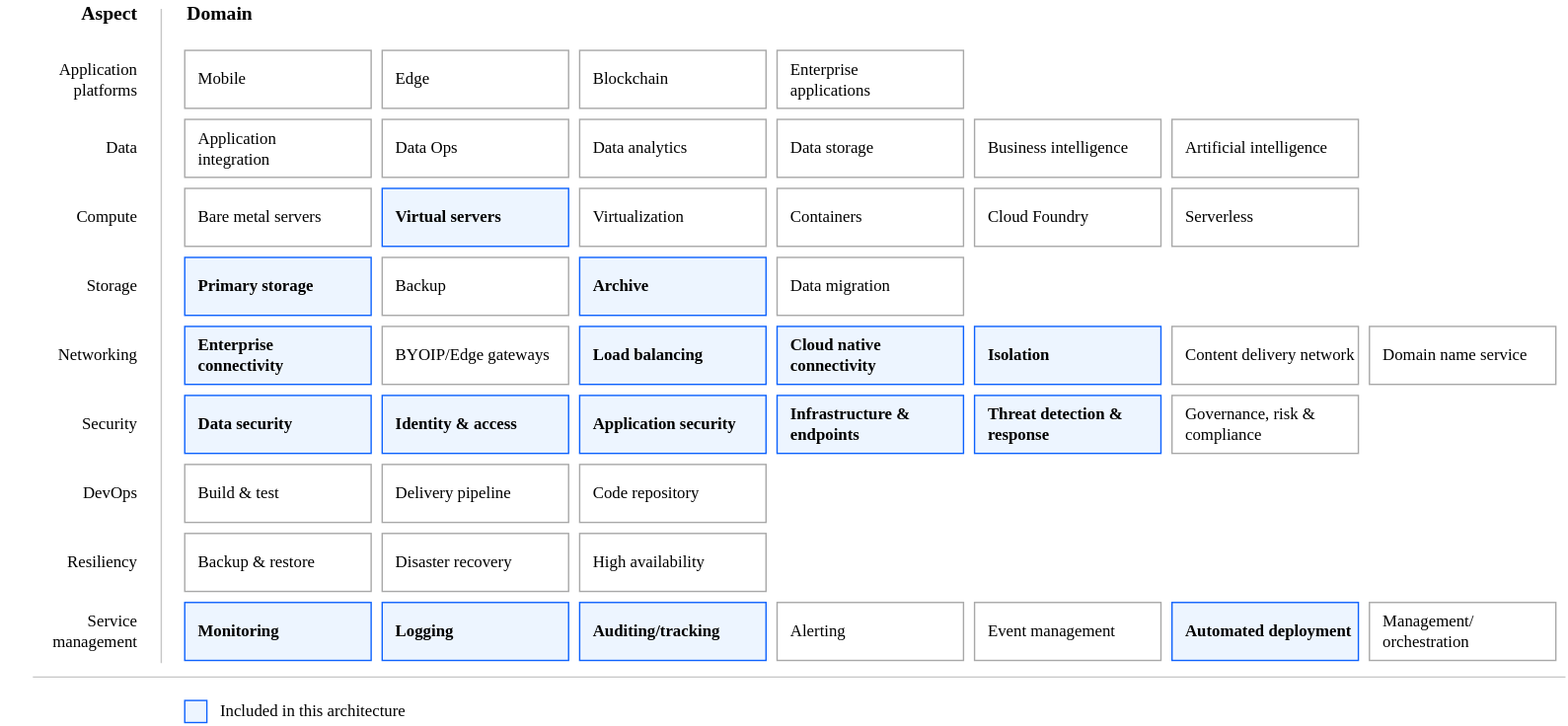
terraform-ibm-modules/terraform-ibm-powervs-workspace keeps this draw.io diagram as reference-architectures/standard/heat-map-deploy-arch-ibm-pvs-ws-standard.svg. Above is the earlier version. Source tidied: cells renumbered, new cells last; positions are measured from the earlier drawing's top-left corner, leaving out a move shared by most shapes.
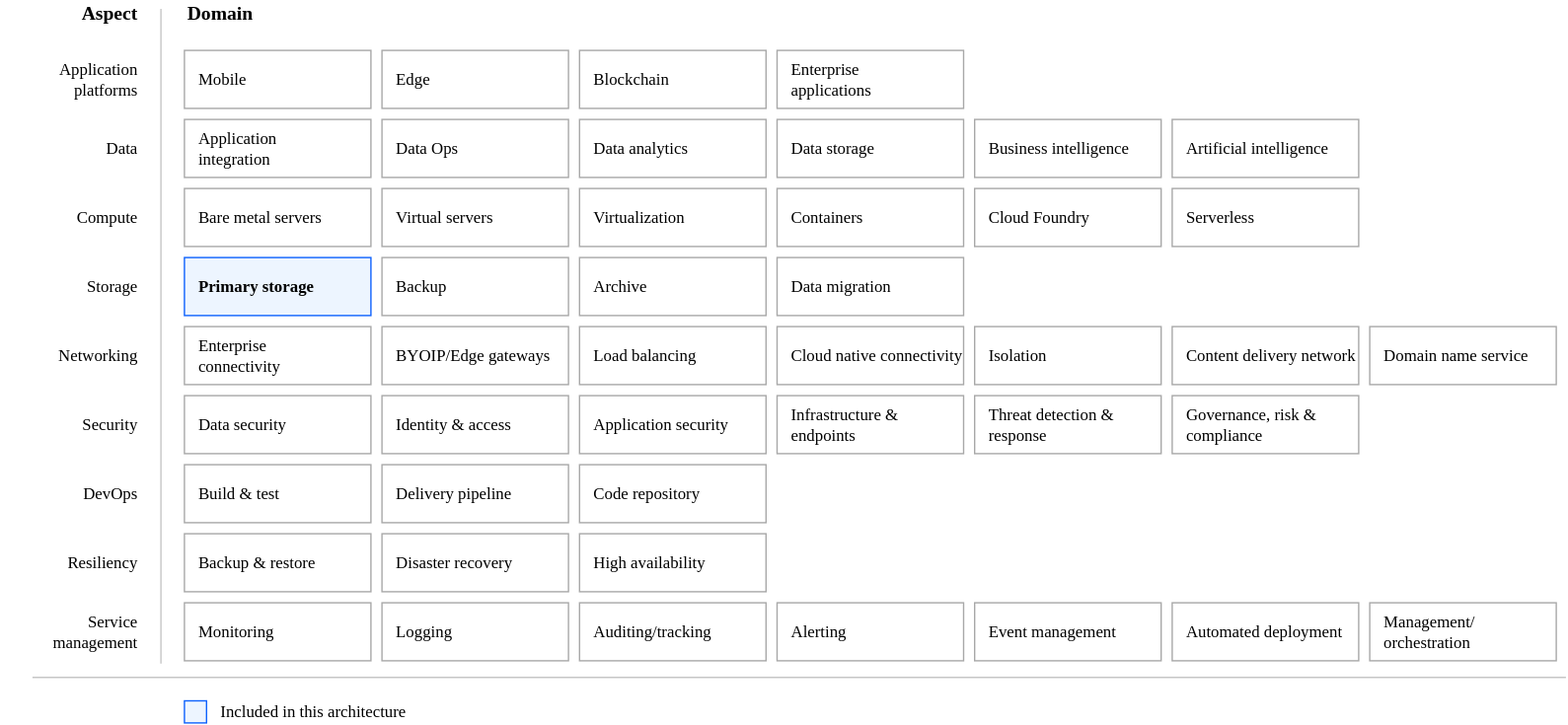
After the commit.

Commit message:
feat: updated heatmap , renamed the architecture diagram and updated the url in catalog.json BREAKING CHANGE: created a solution

Change to the diagram source:
```diff
@@ -14,19 +14,19 @@
     <mxCell id="5" value="Primary storage" style="rounded=0;whiteSpace=wrap;html=1;strokeColor=#0E62FD;align=left;spacingLeft=8;fontFamily=IBM Plex Sans;fillColor=#EDF5FF;fontStyle=1;" parent="1" vertex="1">
       <mxGeometry x="133" y="186" width="135" height="42" as="geometry" />
     </mxCell>
-    <mxCell id="6" value="Enterprise &lt;br&gt;connectivity" style="rounded=0;whiteSpace=wrap;html=1;strokeColor=#0E62FD;align=left;spacingLeft=8;fontFamily=IBM Plex Sans;fillColor=#EDF5FF;fontStyle=1;" parent="1" vertex="1">
+    <mxCell id="6" value="&lt;span style=&quot;font-weight: normal;&quot;&gt;Enterprise &lt;br&gt;connectivity&lt;/span&gt;" style="rounded=0;whiteSpace=wrap;html=1;strokeColor=#A8A8A8;align=left;spacingLeft=8;fontFamily=IBM Plex Sans;fillColor=default;fontStyle=0;verticalAlign=middle;fontSize=12;fontColor=default;" parent="1" vertex="1">
       <mxGeometry x="133" y="236" width="135" height="42" as="geometry" />
     </mxCell>
     <mxCell id="7" value="Build &amp;amp; test" style="rounded=0;whiteSpace=wrap;html=1;strokeColor=#A8A8A8;align=left;spacingLeft=8;fontFamily=IBM Plex Sans;" parent="1" vertex="1">
       <mxGeometry x="133" y="336" width="135" height="42" as="geometry" />
     </mxCell>
-    <mxCell id="8" value="Data security" style="rounded=0;whiteSpace=wrap;html=1;strokeColor=#0E62FD;align=left;spacingLeft=8;fontFamily=IBM Plex Sans;fontStyle=1;fillColor=#EDF5FF;" parent="1" vertex="1">
+    <mxCell id="8" value="Data security" style="rounded=0;whiteSpace=wrap;html=1;strokeColor=#A8A8A8;align=left;spacingLeft=8;fontFamily=IBM Plex Sans;fontStyle=0;fillColor=default;verticalAlign=middle;fontSize=12;fontColor=default;" parent="1" vertex="1">
       <mxGeometry x="133" y="286" width="135" height="42" as="geometry" />
     </mxCell>
     <mxCell id="9" value="Backup &amp;amp; restore" style="rounded=0;whiteSpace=wrap;html=1;strokeColor=#A8A8A8;align=left;spacingLeft=8;fontFamily=IBM Plex Sans;" parent="1" vertex="1">
       <mxGeometry x="133" y="386" width="135" height="42" as="geometry" />
     </mxCell>
-    <mxCell id="10" value="Monitoring" style="rounded=0;whiteSpace=wrap;html=1;strokeColor=#0E62FD;align=left;spacingLeft=8;fontFamily=IBM Plex Sans;fillColor=#EDF5FF;fontStyle=1;" parent="1" vertex="1">
+    <mxCell id="10" value="Monitoring" style="rounded=0;whiteSpace=wrap;html=1;strokeColor=#A8A8A8;align=left;spacingLeft=8;fontFamily=IBM Plex Sans;fillColor=default;fontStyle=0;verticalAlign=middle;fontSize=12;fontColor=default;" parent="1" vertex="1">
       <mxGeometry x="133" y="436" width="135" height="42" as="geometry" />
     </mxCell>
     <mxCell id="11" value="Edge" style="rounded=0;whiteSpace=wrap;html=1;strokeColor=#A8A8A8;align=left;spacingLeft=8;fontFamily=IBM Plex Sans;fillColor=default;fontStyle=0;" parent="1" vertex="1">
@@ -50,7 +50,7 @@
     <mxCell id="17" value="Business intelligence" style="rounded=0;whiteSpace=wrap;html=1;strokeColor=#A8A8A8;align=left;spacingLeft=8;fontFamily=IBM Plex Sans;fillColor=default;fontStyle=0;" parent="1" vertex="1">
       <mxGeometry x="705" y="86" width="135" height="42" as="geometry" />
     </mxCell>
-    <mxCell id="18" value="Virtual servers" style="rounded=0;whiteSpace=wrap;html=1;strokeColor=#0E62FD;align=left;spacingLeft=8;fontFamily=IBM Plex Sans;fillColor=#EDF5FF;fontStyle=1;" parent="1" vertex="1">
+    <mxCell id="18" value="&lt;span style=&quot;font-weight: normal;&quot;&gt;Virtual servers&lt;/span&gt;" style="rounded=0;whiteSpace=wrap;html=1;strokeColor=#A8A8A8;align=left;spacingLeft=8;fontFamily=IBM Plex Sans;fillColor=default;fontStyle=1;verticalAlign=middle;fontSize=12;fontColor=default;" parent="1" vertex="1">
       <mxGeometry x="276" y="136" width="135" height="42" as="geometry" />
     </mxCell>
     <mxCell id="19" value="Virtualization" style="rounded=0;whiteSpace=wrap;html=1;strokeColor=#A8A8A8;align=left;spacingLeft=8;fontFamily=IBM Plex Sans;fillColor=default;fontStyle=0;" parent="1" vertex="1">
@@ -68,7 +68,7 @@
     <mxCell id="23" value="Backup" style="rounded=0;whiteSpace=wrap;html=1;strokeColor=#A8A8A8;align=left;spacingLeft=8;fontFamily=IBM Plex Sans;fillColor=default;fontStyle=0;" parent="1" vertex="1">
       <mxGeometry x="276" y="186" width="135" height="42" as="geometry" />
     </mxCell>
-    <mxCell id="24" value="Archive" style="rounded=0;whiteSpace=wrap;html=1;strokeColor=#0E62FD;align=left;spacingLeft=8;fontFamily=IBM Plex Sans;fillColor=#EDF5FF;fontStyle=1;" parent="1" vertex="1">
+    <mxCell id="24" value="&lt;span style=&quot;font-weight: normal;&quot;&gt;Archive&lt;/span&gt;" style="rounded=0;whiteSpace=wrap;html=1;strokeColor=#A8A8A8;align=left;spacingLeft=8;fontFamily=IBM Plex Sans;fillColor=default;fontStyle=1;verticalAlign=middle;fontSize=12;fontColor=default;" parent="1" vertex="1">
       <mxGeometry x="419" y="186" width="135" height="42" as="geometry" />
     </mxCell>
     <mxCell id="25" value="Data migration" style="rounded=0;whiteSpace=wrap;html=1;strokeColor=#A8A8A8;align=left;spacingLeft=8;fontFamily=IBM Plex Sans;fillColor=default;fontStyle=0;" parent="1" vertex="1">
@@ -77,13 +77,13 @@
     <mxCell id="26" value="BYOIP/Edge gateways" style="rounded=0;whiteSpace=wrap;html=1;strokeColor=#A8A8A8;align=left;spacingLeft=8;fontFamily=IBM Plex Sans;fillColor=default;fontStyle=0;" parent="1" vertex="1">
       <mxGeometry x="276" y="236" width="135" height="42" as="geometry" />
     </mxCell>
-    <mxCell id="27" value="Load balancing" style="rounded=0;whiteSpace=wrap;html=1;strokeColor=#0E62FD;align=left;spacingLeft=8;fontFamily=IBM Plex Sans;fillColor=#EDF5FF;fontStyle=1;" parent="1" vertex="1">
+    <mxCell id="27" value="Load balancing" style="rounded=0;whiteSpace=wrap;html=1;strokeColor=#A8A8A8;align=left;spacingLeft=8;fontFamily=IBM Plex Sans;fillColor=default;fontStyle=0;verticalAlign=middle;fontSize=12;fontColor=default;" parent="1" vertex="1">
       <mxGeometry x="419" y="236" width="135" height="42" as="geometry" />
     </mxCell>
-    <mxCell id="28" value="Cloud native connectivity" style="rounded=0;whiteSpace=wrap;html=1;strokeColor=#0E62FD;align=left;spacingLeft=8;fontFamily=IBM Plex Sans;fillColor=#EDF5FF;fontStyle=1;" parent="1" vertex="1">
+    <mxCell id="28" value="Cloud native connectivity" style="rounded=0;whiteSpace=wrap;html=1;strokeColor=#A8A8A8;align=left;spacingLeft=8;fontFamily=IBM Plex Sans;fillColor=default;fontStyle=0;verticalAlign=middle;fontSize=12;fontColor=default;" parent="1" vertex="1">
       <mxGeometry x="562" y="236" width="135" height="42" as="geometry" />
     </mxCell>
-    <mxCell id="29" value="Isolation" style="rounded=0;whiteSpace=wrap;html=1;strokeColor=#0E62FD;align=left;spacingLeft=8;fontFamily=IBM Plex Sans;fillColor=#EDF5FF;fontStyle=1;" parent="1" vertex="1">
+    <mxCell id="29" value="Isolation" style="rounded=0;whiteSpace=wrap;html=1;strokeColor=#A8A8A8;align=left;spacingLeft=8;fontFamily=IBM Plex Sans;fillColor=default;fontStyle=0;verticalAlign=middle;fontSize=12;fontColor=default;" parent="1" vertex="1">
       <mxGeometry x="705" y="236" width="135" height="42" as="geometry" />
     </mxCell>
     <mxCell id="30" value="Content delivery network" style="rounded=0;whiteSpace=wrap;html=1;strokeColor=#A8A8A8;align=left;spacingLeft=8;fontFamily=IBM Plex Sans;fillColor=default;fontStyle=0;" parent="1" vertex="1">
@@ -92,16 +92,16 @@
     <mxCell id="31" value="Domain name service" style="rounded=0;whiteSpace=wrap;html=1;strokeColor=#A8A8A8;align=left;spacingLeft=8;fontFamily=IBM Plex Sans;fillColor=default;fontStyle=0;" parent="1" vertex="1">
       <mxGeometry x="991" y="236" width="135" height="42" as="geometry" />
     </mxCell>
-    <mxCell id="32" value="Identity &amp;amp; access" style="rounded=0;whiteSpace=wrap;html=1;strokeColor=#0E62FD;align=left;spacingLeft=8;fontFamily=IBM Plex Sans;fillColor=#EDF5FF;fontStyle=1;" parent="1" vertex="1">
+    <mxCell id="32" value="Identity &amp;amp; access" style="rounded=0;whiteSpace=wrap;html=1;strokeColor=#A8A8A8;align=left;spacingLeft=8;fontFamily=IBM Plex Sans;fillColor=default;fontStyle=0;verticalAlign=middle;fontSize=12;fontColor=default;" parent="1" vertex="1">
       <mxGeometry x="276" y="286" width="135" height="42" as="geometry" />
     </mxCell>
-    <mxCell id="33" value="Application security" style="rounded=0;whiteSpace=wrap;html=1;strokeColor=#0E62FD;align=left;spacingLeft=8;fontFamily=IBM Plex Sans;fillColor=#EDF5FF;fontStyle=1;" parent="1" vertex="1">
+    <mxCell id="33" value="Application security" style="rounded=0;whiteSpace=wrap;html=1;strokeColor=#A8A8A8;align=left;spacingLeft=8;fontFamily=IBM Plex Sans;fillColor=default;fontStyle=0;verticalAlign=middle;fontSize=12;fontColor=default;" parent="1" vertex="1">
       <mxGeometry x="419" y="286" width="135" height="42" as="geometry" />
     </mxCell>
-    <mxCell id="34" value="Infrastructure &amp;amp; endpoints" style="rounded=0;whiteSpace=wrap;html=1;strokeColor=#0E62FD;align=left;spacingLeft=8;fontFamily=IBM Plex Sans;fillColor=#EDF5FF;fontStyle=1;" parent="1" vertex="1">
+    <mxCell id="34" value="Infrastructure &amp;amp; endpoints" style="rounded=0;whiteSpace=wrap;html=1;strokeColor=#A8A8A8;align=left;spacingLeft=8;fontFamily=IBM Plex Sans;fillColor=default;fontStyle=0;verticalAlign=middle;fontSize=12;fontColor=default;" parent="1" vertex="1">
       <mxGeometry x="562" y="286" width="135" height="42" as="geometry" />
     </mxCell>
-    <mxCell id="35" value="Threat detection &amp;amp; response" style="rounded=0;whiteSpace=wrap;html=1;strokeColor=#0E62FD;align=left;spacingLeft=8;fontFamily=IBM Plex Sans;fillColor=#EDF5FF;fontStyle=1;" parent="1" vertex="1">
+    <mxCell id="35" value="Threat detection &amp;amp; response" style="rounded=0;whiteSpace=wrap;html=1;strokeColor=#A8A8A8;align=left;spacingLeft=8;fontFamily=IBM Plex Sans;fillColor=default;fontStyle=0;verticalAlign=middle;fontSize=12;fontColor=default;" parent="1" vertex="1">
       <mxGeometry x="705" y="286" width="135" height="42" as="geometry" />
     </mxCell>
     <mxCell id="36" value="Governance, risk &amp;amp; compliance" style="rounded=0;whiteSpace=wrap;html=1;strokeColor=#A8A8A8;align=left;spacingLeft=8;fontFamily=IBM Plex Sans;fillColor=default;fontStyle=0;" parent="1" vertex="1">
@@ -119,19 +119,19 @@
     <mxCell id="40" value="High availability" style="rounded=0;whiteSpace=wrap;html=1;strokeColor=#A8A8A8;align=left;spacingLeft=8;fontFamily=IBM Plex Sans;fillColor=default;fontStyle=0;" parent="1" vertex="1">
       <mxGeometry x="419" y="386" width="135" height="42" as="geometry" />
     </mxCell>
-    <mxCell id="41" value="Logging" style="rounded=0;whiteSpace=wrap;html=1;strokeColor=#0E62FD;align=left;spacingLeft=8;fontFamily=IBM Plex Sans;fillColor=#EDF5FF;fontStyle=1;" parent="1" vertex="1">
+    <mxCell id="41" value="Logging" style="rounded=0;whiteSpace=wrap;html=1;strokeColor=#A8A8A8;align=left;spacingLeft=8;fontFamily=IBM Plex Sans;fillColor=default;fontStyle=0;verticalAlign=middle;fontSize=12;fontColor=default;" parent="1" vertex="1">
       <mxGeometry x="276" y="436" width="135" height="42" as="geometry" />
     </mxCell>
-    <mxCell id="42" value="Auditing/tracking" style="rounded=0;whiteSpace=wrap;html=1;strokeColor=#0E62FD;align=left;spacingLeft=8;fontFamily=IBM Plex Sans;fillColor=#EDF5FF;fontStyle=1;" parent="1" vertex="1">
+    <mxCell id="42" value="Auditing/tracking" style="rounded=0;whiteSpace=wrap;html=1;strokeColor=#A8A8A8;align=left;spacingLeft=8;fontFamily=IBM Plex Sans;fillColor=default;fontStyle=0;verticalAlign=middle;fontSize=12;fontColor=default;" parent="1" vertex="1">
       <mxGeometry x="419" y="436" width="135" height="42" as="geometry" />
     </mxCell>
     <mxCell id="43" value="Alerting" style="rounded=0;whiteSpace=wrap;html=1;strokeColor=#A8A8A8;align=left;spacingLeft=8;fontFamily=IBM Plex Sans;fillColor=default;fontStyle=0;" parent="1" vertex="1">
       <mxGeometry x="562" y="436" width="135" height="42" as="geometry" />
     </mxCell>
-    <mxCell id="44" value="Event management" style="rounded=0;whiteSpace=wrap;html=1;strokeColor=#A8A8A8;align=left;spacingLeft=8;fontFamily=IBM Plex Sans;fillColor=default;fontStyle=0;" parent="1" vertex="1">
+    <mxCell id="44" value="Event management" style="rounded=0;whiteSpace=wrap;html=1;strokeColor=#A8A8A8;align=left;spacingLeft=8;fontFamily=IBM Plex Sans;fillColor=default;fontStyle=0;verticalAlign=middle;fontSize=12;fontColor=default;" parent="1" vertex="1">
       <mxGeometry x="705" y="436" width="135" height="42" as="geometry" />
     </mxCell>
-    <mxCell id="45" value="Automated deployment" style="rounded=0;whiteSpace=wrap;html=1;strokeColor=#0E62FD;align=left;spacingLeft=8;fontFamily=IBM Plex Sans;fillColor=#EDF5FF;fontStyle=1;" parent="1" vertex="1">
+    <mxCell id="45" value="Automated deployment" style="rounded=0;whiteSpace=wrap;html=1;strokeColor=#A8A8A8;align=left;spacingLeft=8;fontFamily=IBM Plex Sans;fillColor=default;fontStyle=0;verticalAlign=middle;fontSize=12;fontColor=default;" parent="1" vertex="1">
       <mxGeometry x="848" y="436" width="135" height="42" as="geometry" />
     </mxCell>
     <mxCell id="46" value="Management/&lt;br&gt;orchestration" style="rounded=0;whiteSpace=wrap;html=1;strokeColor=#A8A8A8;align=left;spacingLeft=8;fontFamily=IBM Plex Sans;fillColor=default;fontStyle=0;" parent="1" vertex="1">
```
